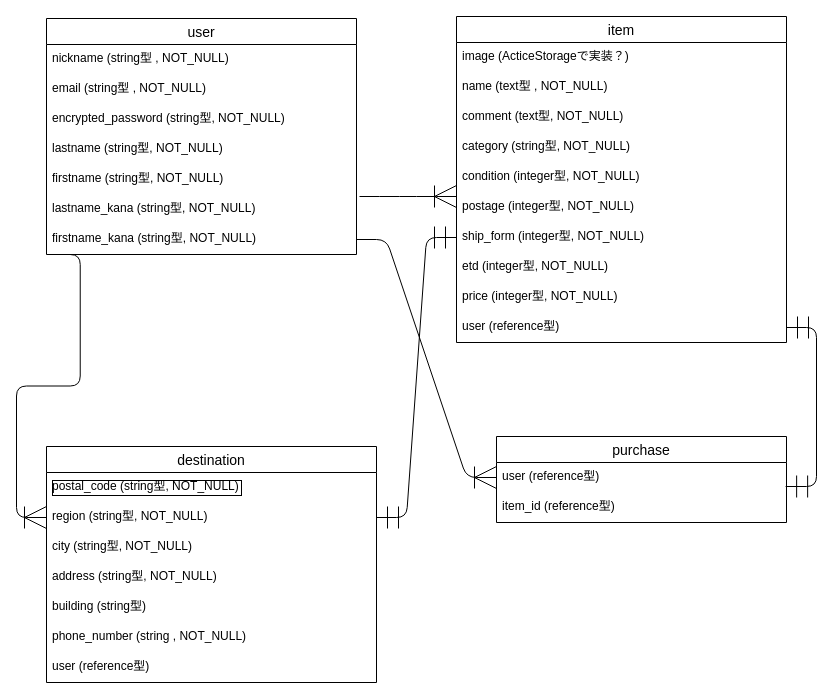
tn-0214/furima-34845 keeps this draw.io diagram as config/furima-34845.dio. Above is the earlier version. Source tidied: cells renumbered, new cells numbered last; positions are measured from the earlier drawing's top-left corner, leaving out a move shared by most shapes. Both pictures are drawn from the tidied source at 100%, with x=0, y=0 at pixel (46, 16).
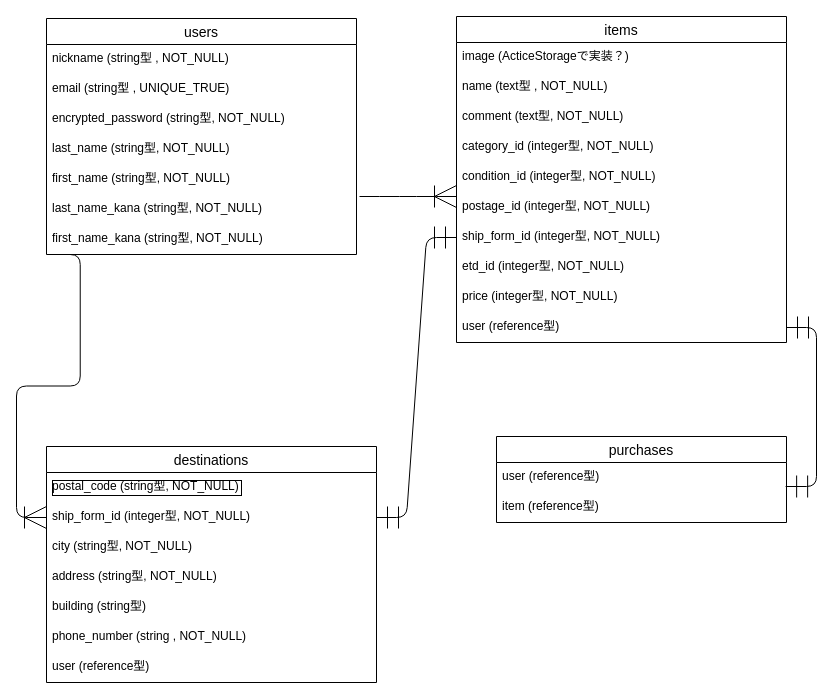
The same diagram, later.

Unchanged cells that the change refers to:
```xml
<mxCell id="33" value="user (reference型)" style="text;strokeColor=none;fillColor=none;spacingLeft=4;spacingRight=4;overflow=hidden;points=[[0,0.5],[1,0.5]];portConstraint=eastwest;fontSize=12;" parent="32" vertex="1">
  <mxGeometry y="26" width="290" height="30" as="geometry" />
</mxCell>
```

The edit, as a diff of the source:
```diff
@@
-    <mxCell id="2" value="user" style="swimlane;fontStyle=0;horizontal=1;startSize=26;align=center;fontSize=14;" parent="1" vertex="1">
+    <mxCell id="2" value="users" style="swimlane;fontStyle=0;horizontal=1;startSize=26;align=center;fontSize=14;" parent="1" vertex="1">
       <mxGeometry y="2" width="310" height="236" as="geometry" />
     </mxCell>
@@
-    <mxCell id="4" value="email (string型 , NOT_NULL)" style="text;strokeColor=none;fillColor=none;spacingLeft=4;spacingRight=4;overflow=hidden;fontSize=12;" parent="2" vertex="1">
+    <mxCell id="4" value="email (string型 , UNIQUE_TRUE)" style="text;strokeColor=none;fillColor=none;spacingLeft=4;spacingRight=4;overflow=hidden;fontSize=12;" parent="2" vertex="1">
       <mxGeometry y="56" width="310" height="30" as="geometry" />
     </mxCell>
@@
-    <mxCell id="6" value="lastname (string型, NOT_NULL)" style="text;strokeColor=none;fillColor=none;spacingLeft=4;spacingRight=4;overflow=hidden;fontSize=12;" parent="2" vertex="1">
+    <mxCell id="6" value="last_name (string型, NOT_NULL)" style="text;strokeColor=none;fillColor=none;spacingLeft=4;spacingRight=4;overflow=hidden;fontSize=12;" parent="2" vertex="1">
       <mxGeometry y="116" width="310" height="30" as="geometry" />
     </mxCell>
-    <mxCell id="7" value="firstname (string型, NOT_NULL)" style="text;strokeColor=none;fillColor=none;spacingLeft=4;spacingRight=4;overflow=hidden;fontSize=12;" parent="2" vertex="1">
+    <mxCell id="7" value="first_name (string型, NOT_NULL)" style="text;strokeColor=none;fillColor=none;spacingLeft=4;spacingRight=4;overflow=hidden;fontSize=12;" parent="2" vertex="1">
       <mxGeometry y="146" width="310" height="30" as="geometry" />
     </mxCell>
-    <mxCell id="8" value="lastname_kana (string型, NOT_NULL)" style="text;strokeColor=none;fillColor=none;spacingLeft=4;spacingRight=4;overflow=hidden;fontSize=12;" parent="2" vertex="1">
+    <mxCell id="8" value="last_name_kana (string型, NOT_NULL)" style="text;strokeColor=none;fillColor=none;spacingLeft=4;spacingRight=4;overflow=hidden;fontSize=12;" parent="2" vertex="1">
       <mxGeometry y="176" width="310" height="30" as="geometry" />
     </mxCell>
-    <mxCell id="9" value="firstname_kana (string型, NOT_NULL)" style="text;strokeColor=none;fillColor=none;spacingLeft=4;spacingRight=4;overflow=hidden;points=[[0,0.5],[1,0.5]];portConstraint=eastwest;fontSize=12;" parent="2" vertex="1">
+    <mxCell id="9" value="first_name_kana (string型, NOT_NULL)" style="text;strokeColor=none;fillColor=none;spacingLeft=4;spacingRight=4;overflow=hidden;points=[[0,0.5],[1,0.5]];portConstraint=eastwest;fontSize=12;" parent="2" vertex="1">
       <mxGeometry y="206" width="310" height="30" as="geometry" />
     </mxCell>
-    <mxCell id="10" value="item" style="swimlane;fontStyle=0;horizontal=1;startSize=26;align=center;fontSize=14;" parent="1" vertex="1">
+    <mxCell id="10" value="items" style="swimlane;fontStyle=0;horizontal=1;startSize=26;align=center;fontSize=14;" parent="1" vertex="1">
       <mxGeometry x="410" width="330" height="326" as="geometry" />
     </mxCell>
@@
-    <mxCell id="14" value="category (string型, NOT_NULL)" style="text;strokeColor=none;fillColor=none;spacingLeft=4;spacingRight=4;overflow=hidden;fontSize=12;" parent="10" vertex="1">
+    <mxCell id="14" value="category_id (integer型, NOT_NULL)" style="text;strokeColor=none;fillColor=none;spacingLeft=4;spacingRight=4;overflow=hidden;fontSize=12;" parent="10" vertex="1">
       <mxGeometry y="116" width="330" height="30" as="geometry" />
     </mxCell>
-    <mxCell id="15" value="condition (integer型, NOT_NULL)" style="text;strokeColor=none;fillColor=none;spacingLeft=4;spacingRight=4;overflow=hidden;fontSize=12;" parent="10" vertex="1">
+    <mxCell id="15" value="condition_id (integer型, NOT_NULL)" style="text;strokeColor=none;fillColor=none;spacingLeft=4;spacingRight=4;overflow=hidden;fontSize=12;" parent="10" vertex="1">
       <mxGeometry y="146" width="330" height="30" as="geometry" />
     </mxCell>
-    <mxCell id="16" value="postage (integer型, NOT_NULL)" style="text;strokeColor=none;fillColor=none;spacingLeft=4;spacingRight=4;overflow=hidden;fontSize=12;" parent="10" vertex="1">
+    <mxCell id="16" value="postage_id (integer型, NOT_NULL)" style="text;strokeColor=none;fillColor=none;spacingLeft=4;spacingRight=4;overflow=hidden;fontSize=12;" parent="10" vertex="1">
       <mxGeometry y="176" width="330" height="30" as="geometry" />
     </mxCell>
-    <mxCell id="17" value="ship_form (integer型, NOT_NULL)" style="text;strokeColor=none;fillColor=none;spacingLeft=4;spacingRight=4;overflow=hidden;points=[[0,0.5],[1,0.5]];portConstraint=eastwest;fontSize=12;" parent="10" vertex="1">
+    <mxCell id="17" value="ship_form_id (integer型, NOT_NULL)" style="text;strokeColor=none;fillColor=none;spacingLeft=4;spacingRight=4;overflow=hidden;points=[[0,0.5],[1,0.5]];portConstraint=eastwest;fontSize=12;" parent="10" vertex="1">
       <mxGeometry y="206" width="330" height="30" as="geometry" />
     </mxCell>
-    <mxCell id="18" value="etd (integer型, NOT_NULL)" style="text;strokeColor=none;fillColor=none;spacingLeft=4;spacingRight=4;overflow=hidden;fontSize=12;" parent="10" vertex="1">
+    <mxCell id="18" value="etd_id (integer型, NOT_NULL)" style="text;strokeColor=none;fillColor=none;spacingLeft=4;spacingRight=4;overflow=hidden;fontSize=12;" parent="10" vertex="1">
       <mxGeometry y="236" width="330" height="30" as="geometry" />
     </mxCell>
@@
-    <mxCell id="21" value="destination" style="swimlane;fontStyle=0;horizontal=1;startSize=26;align=center;fontSize=14;" parent="1" vertex="1">
+    <mxCell id="21" value="destinations" style="swimlane;fontStyle=0;horizontal=1;startSize=26;align=center;fontSize=14;" parent="1" vertex="1">
       <mxGeometry y="430" width="330" height="236" as="geometry" />
     </mxCell>
@@
-    <mxCell id="23" value="region (string型, NOT_NULL)" style="text;strokeColor=none;fillColor=none;spacingLeft=4;spacingRight=4;overflow=hidden;fontSize=12;" parent="21" vertex="1">
+    <mxCell id="23" value="ship_form_id (integer型, NOT_NULL)" style="text;strokeColor=none;fillColor=none;spacingLeft=4;spacingRight=4;overflow=hidden;fontSize=12;" parent="21" vertex="1">
       <mxGeometry y="56" width="330" height="30" as="geometry" />
     </mxCell>
@@
-    <mxCell id="32" value="purchase" style="swimlane;fontStyle=0;horizontal=1;startSize=26;align=center;fontSize=14;" parent="1" vertex="1">
+    <mxCell id="32" value="purchases" style="swimlane;fontStyle=0;horizontal=1;startSize=26;align=center;fontSize=14;" parent="1" vertex="1">
       <mxGeometry x="450" y="420" width="290" height="86" as="geometry" />
     </mxCell>
@@
-    <mxCell id="34" value="item_id (reference型)" style="text;strokeColor=none;fillColor=none;spacingLeft=4;spacingRight=4;overflow=hidden;fontSize=12;" parent="32" vertex="1">
+    <mxCell id="34" value="item (reference型)" style="text;strokeColor=none;fillColor=none;spacingLeft=4;spacingRight=4;overflow=hidden;fontSize=12;" parent="32" vertex="1">
       <mxGeometry y="56" width="290" height="30" as="geometry" />
     </mxCell>
-    <mxCell id="35" style="edgeStyle=entityRelationEdgeStyle;fontSize=12;html=1;endArrow=ERoneToMany;strokeWidth=1;endSize=20;startSize=20;entryX=0;entryY=0.5;entryDx=0;entryDy=0;" parent="1" edge="1" source="9" target="33">
-      <mxGeometry relative="1" as="geometry" />
-    </mxCell>
```
